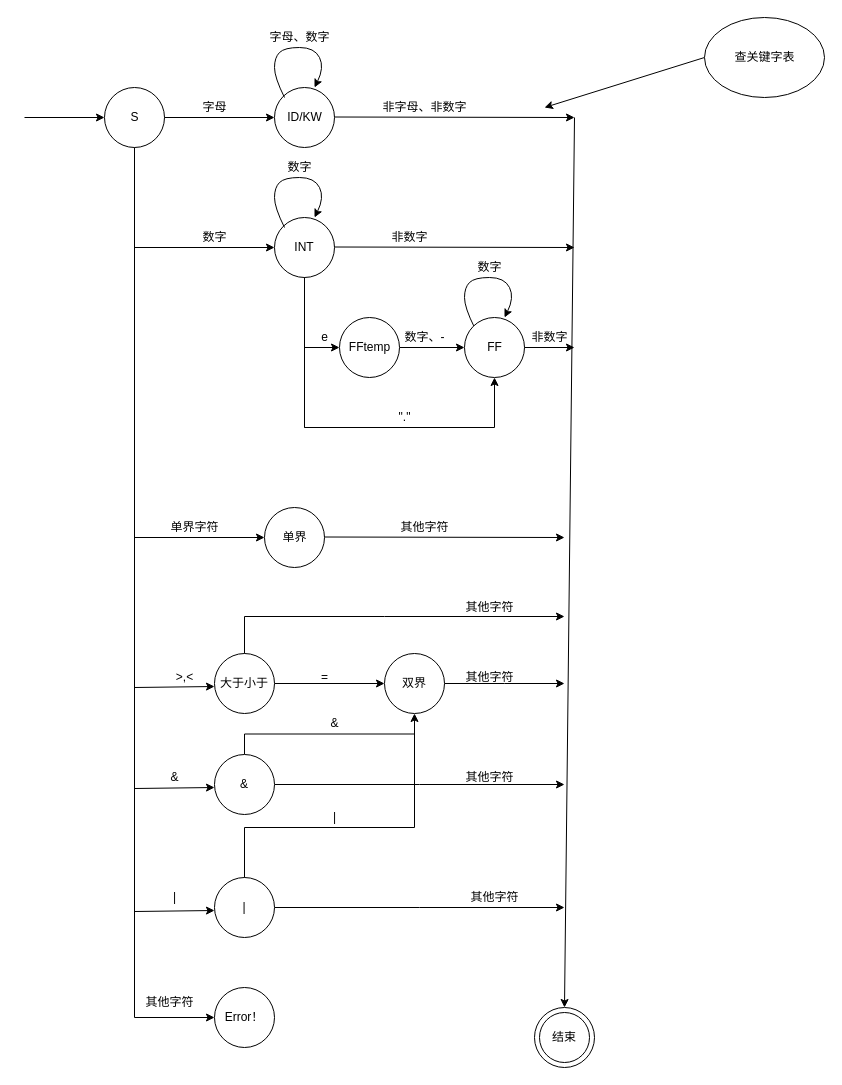
Before: Draw/Untitled Diagram.drawio in Allen191819/Draw.io, a draw.io diagram. Source tidied: cells renumbered, new cells numbered last; positions are measured from the earlier drawing's top-left corner, leaving out a move shared by most shapes. Both pictures are drawn from the tidied source at 100%, with x=0, y=0 at pixel (24, 17).
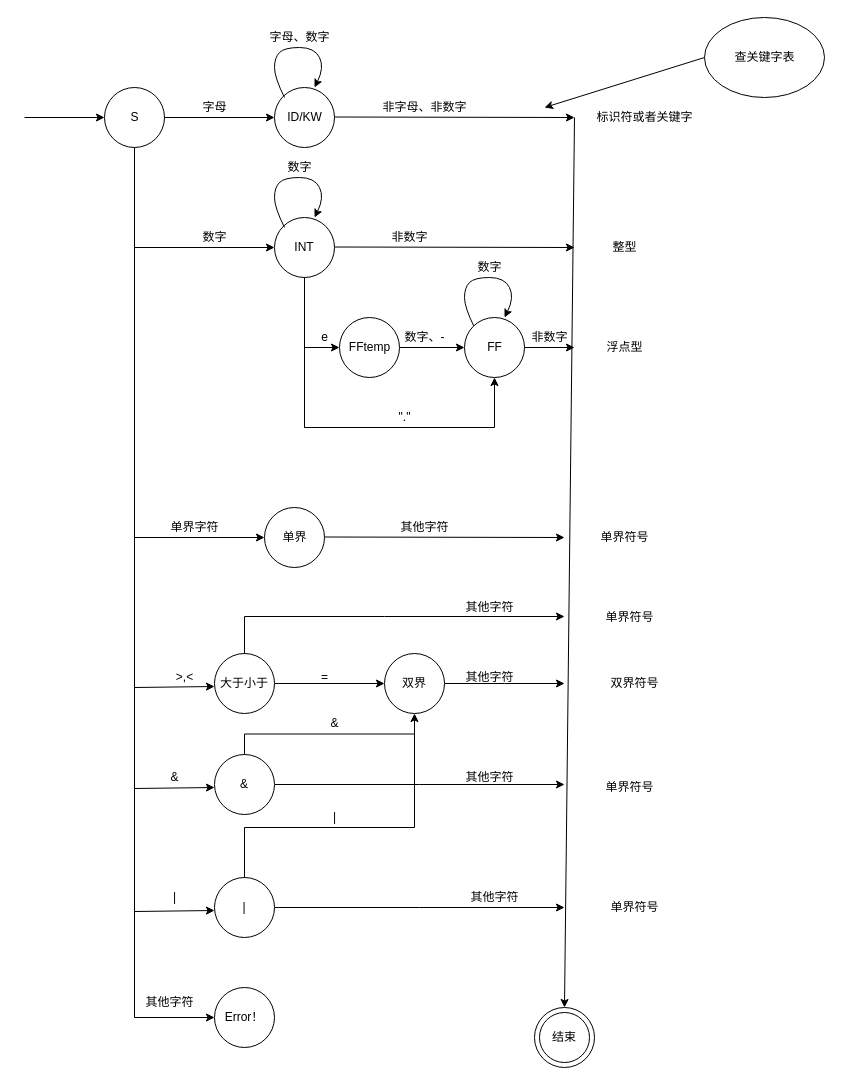
The same page after the edit.

Diff of the diagram source:
```diff
@@
+    <mxCell id="75" value="标识符或者关键字" style="text;html=1;align=center;verticalAlign=middle;fillColor=none;strokeColor=none;rounded=0;" parent="1" vertex="1">
+      <mxGeometry x="565" y="90" width="110" height="20" as="geometry" />
+    </mxCell>
+    <mxCell id="76" value="整型" style="text;html=1;align=center;verticalAlign=middle;fillColor=none;strokeColor=none;rounded=0;" parent="1" vertex="1">
+      <mxGeometry x="580" y="220" width="40" height="20" as="geometry" />
+    </mxCell>
+    <mxCell id="77" value="浮点型" style="text;html=1;align=center;verticalAlign=middle;fillColor=none;strokeColor=none;rounded=0;" parent="1" vertex="1">
+      <mxGeometry x="575" y="320" width="50" height="20" as="geometry" />
+    </mxCell>
+    <mxCell id="78" value="单界符号" style="text;html=1;align=center;verticalAlign=middle;fillColor=none;strokeColor=none;rounded=0;" parent="1" vertex="1">
+      <mxGeometry x="570" y="510" width="60" height="20" as="geometry" />
+    </mxCell>
+    <mxCell id="79" value="单界符号" style="text;html=1;align=center;verticalAlign=middle;fillColor=none;strokeColor=none;rounded=0;" parent="1" vertex="1">
+      <mxGeometry x="575" y="590" width="60" height="20" as="geometry" />
+    </mxCell>
+    <mxCell id="80" value="单界符号" style="text;html=1;align=center;verticalAlign=middle;fillColor=none;strokeColor=none;rounded=0;" parent="1" vertex="1">
+      <mxGeometry x="575" y="760" width="60" height="20" as="geometry" />
+    </mxCell>
+    <mxCell id="81" value="单界符号" style="text;html=1;align=center;verticalAlign=middle;fillColor=none;strokeColor=none;rounded=0;" parent="1" vertex="1">
+      <mxGeometry x="580" y="880" width="60" height="20" as="geometry" />
+    </mxCell>
+    <mxCell id="82" value="双界符号" style="text;html=1;align=center;verticalAlign=middle;fillColor=none;strokeColor=none;rounded=0;" parent="1" vertex="1">
+      <mxGeometry x="580" y="656" width="60" height="20" as="geometry" />
+    </mxCell>
```
